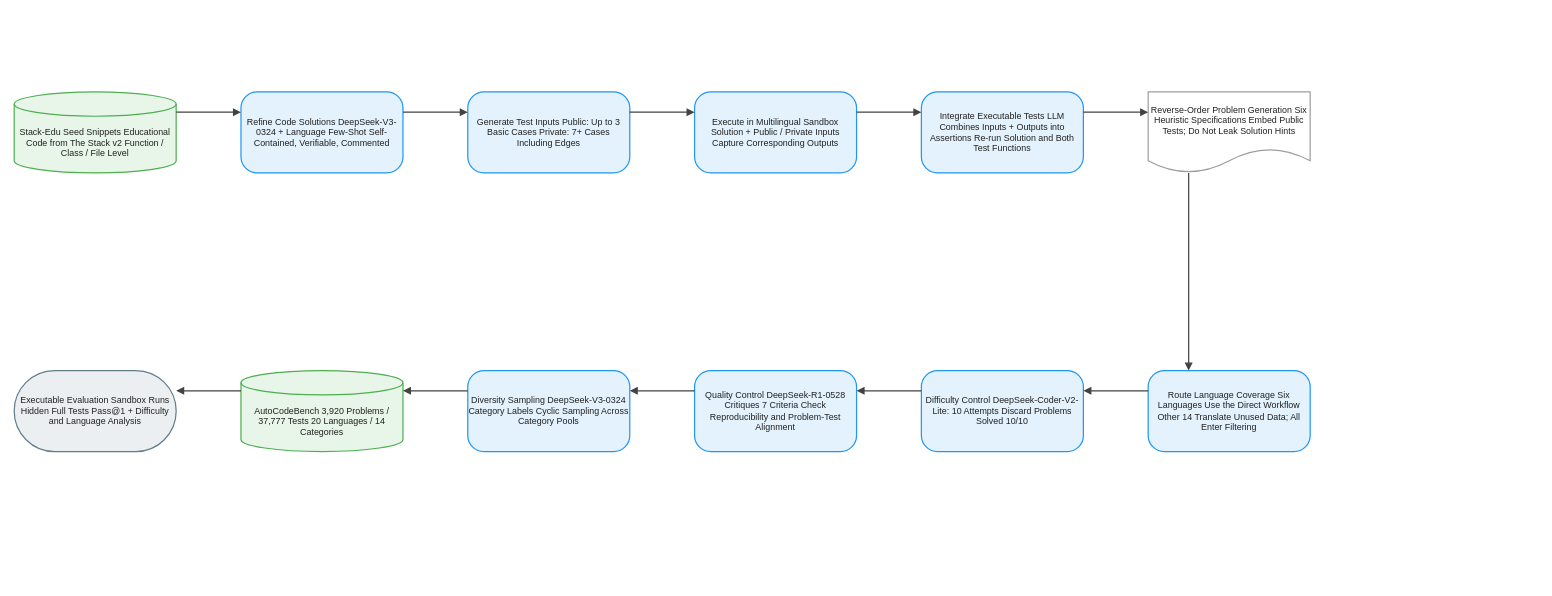
Earlier version of the draw.io diagram client/public/drawio/AutoCodeBench/AutoCodeBench.en.drawio (joe1chief/benchmark-hub). Source tidied: cells renumbered, new cells numbered last; positions are measured from the earlier drawing's top-left corner, leaving out a move shared by most shapes. Both pictures are drawn from the tidied source at 81%, with x=0, y=0 at pixel (14, 92).
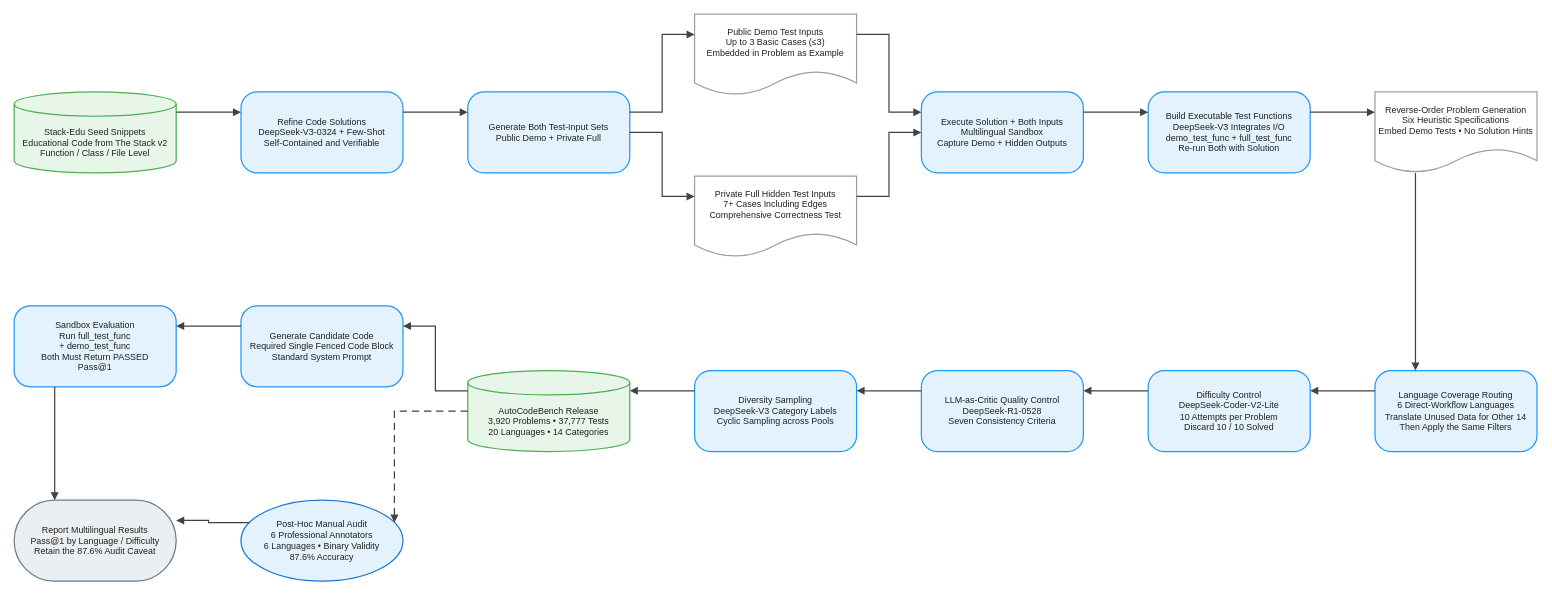
Above is the later version.

Change to the diagram source:
```diff
@@
-    <mxCell id="2" value="Stack-Edu Seed Snippets Educational Code from The Stack v2 Function / Class / File Level" style="shape=cylinder3;boundedLbl=1;backgroundOutline=1;size=15;html=1;whiteSpace=wrap;fillColor=#E8F5E9;strokeColor=#4CAF50;strokeWidth=1.5;fontColor=#212121;fontSize=11;fontFamily=Arial, Helvetica, sans-serif;verticalAlign=middle;align=center;" parent="1" vertex="1">
+    <mxCell id="2" value="Stack-Edu Seed Snippets&#10;Educational Code from The Stack v2&#10;Function / Class / File Level" style="shape=cylinder3;boundedLbl=1;backgroundOutline=1;size=15;html=0;convertToSvg=1;whiteSpace=wrap;fillColor=#E8F5E9;strokeColor=#4CAF50;strokeWidth=1.5;fontColor=#212121;fontSize=11;fontFamily=Arial, Helvetica, sans-serif;verticalAlign=middle;align=center;" parent="1" vertex="1">
       <mxGeometry width="200" height="100" as="geometry" />
     </mxCell>
-    <mxCell id="3" value="Refine Code Solutions DeepSeek-V3-0324 + Language Few-Shot Self-Contained, Verifiable, Commented" style="rounded=1;arcSize=20;html=1;whiteSpace=wrap;fillColor=#E3F2FD;strokeColor=#2196F3;strokeWidth=1.5;fontColor=#212121;fontSize=11;fontFamily=Arial, Helvetica, sans-serif;verticalAlign=middle;align=center;" parent="1" vertex="1">
+    <mxCell id="3" value="Refine Code Solutions&#10;DeepSeek-V3-0324 + Few-Shot&#10;Self-Contained and Verifiable" style="rounded=1;arcSize=20;html=0;convertToSvg=1;whiteSpace=wrap;fillColor=#E3F2FD;strokeColor=#2196F3;strokeWidth=1.5;fontColor=#212121;fontSize=11;fontFamily=Arial, Helvetica, sans-serif;verticalAlign=middle;align=center;" parent="1" vertex="1">
       <mxGeometry x="280" width="200" height="100" as="geometry" />
     </mxCell>
-    <mxCell id="4" value="Generate Test Inputs Public: Up to 3 Basic Cases Private: 7+ Cases Including Edges" style="rounded=1;arcSize=20;html=1;whiteSpace=wrap;fillColor=#E3F2FD;strokeColor=#2196F3;strokeWidth=1.5;fontColor=#212121;fontSize=11;fontFamily=Arial, Helvetica, sans-serif;verticalAlign=middle;align=center;" parent="1" vertex="1">
+    <mxCell id="4" value="Generate Both Test-Input Sets&#10;Public Demo + Private Full" style="rounded=1;arcSize=20;html=0;convertToSvg=1;whiteSpace=wrap;fillColor=#E3F2FD;strokeColor=#2196F3;strokeWidth=1.5;fontColor=#212121;fontSize=11;fontFamily=Arial, Helvetica, sans-serif;verticalAlign=middle;align=center;" parent="1" vertex="1">
       <mxGeometry x="560" width="200" height="100" as="geometry" />
     </mxCell>
-    <mxCell id="5" value="Execute in Multilingual Sandbox Solution + Public / Private Inputs Capture Corresponding Outputs" style="rounded=1;arcSize=20;html=1;whiteSpace=wrap;fillColor=#E3F2FD;strokeColor=#2196F3;strokeWidth=1.5;fontColor=#212121;fontSize=11;fontFamily=Arial, Helvetica, sans-serif;verticalAlign=middle;align=center;" parent="1" vertex="1">
-      <mxGeometry x="840" width="200" height="100" as="geometry" />
+    <mxCell id="5" value="Public Demo Test Inputs&#10;Up to 3 Basic Cases (≤3)&#10;Embedded in Problem as Example" style="shape=document;boundedLbl=1;html=0;convertToSvg=1;whiteSpace=wrap;fillColor=#FFFFFF;strokeColor=#9E9E9E;strokeWidth=1.5;fontColor=#212121;fontSize=11;fontFamily=Arial, Helvetica, sans-serif;verticalAlign=middle;align=center;" parent="1" vertex="1">
+      <mxGeometry x="840" y="-96" width="200" height="100" as="geometry" />
     </mxCell>
-    <mxCell id="6" value="Integrate Executable Tests LLM Combines Inputs + Outputs into Assertions Re-run Solution and Both Test Functions" style="rounded=1;arcSize=20;html=1;whiteSpace=wrap;fillColor=#E3F2FD;strokeColor=#2196F3;strokeWidth=1.5;fontColor=#212121;fontSize=11;fontFamily=Arial, Helvetica, sans-serif;verticalAlign=middle;align=center;" parent="1" vertex="1">
-      <mxGeometry x="1120" width="200" height="100" as="geometry" />
+    <mxCell id="6" value="Private Full Hidden Test Inputs&#10;7+ Cases Including Edges&#10;Comprehensive Correctness Test" style="shape=document;boundedLbl=1;html=0;convertToSvg=1;whiteSpace=wrap;fillColor=#FFFFFF;strokeColor=#9E9E9E;strokeWidth=1.5;fontColor=#212121;fontSize=11;fontFamily=Arial, Helvetica, sans-serif;verticalAlign=middle;align=center;" parent="1" vertex="1">
+      <mxGeometry x="840" y="104" width="200" height="100" as="geometry" />
     </mxCell>
-    <mxCell id="7" value="Reverse-Order Problem Generation Six Heuristic Specifications Embed Public Tests; Do Not Leak Solution Hints" style="shape=document;boundedLbl=1;html=1;whiteSpace=wrap;fillColor=#FFFFFF;strokeColor=#9E9E9E;strokeWidth=1.5;fontColor=#212121;fontSize=11;fontFamily=Arial, Helvetica, sans-serif;verticalAlign=middle;align=center;" parent="1" vertex="1">
-      <mxGeometry x="1400" width="200" height="100" as="geometry" />
+    <mxCell id="7" value="Execute Solution + Both Inputs&#10;Multilingual Sandbox&#10;Capture Demo + Hidden Outputs" style="rounded=1;arcSize=20;html=0;convertToSvg=1;whiteSpace=wrap;fillColor=#E3F2FD;strokeColor=#2196F3;strokeWidth=1.5;fontColor=#212121;fontSize=11;fontFamily=Arial, Helvetica, sans-serif;verticalAlign=middle;align=center;" parent="1" vertex="1">
+      <mxGeometry x="1120" width="200" height="100" as="geometry" />
     </mxCell>
-    <mxCell id="8" value="Route Language Coverage Six Languages Use the Direct Workflow Other 14 Translate Unused Data; All Enter Filtering" style="rounded=1;arcSize=20;html=1;whiteSpace=wrap;fillColor=#E3F2FD;strokeColor=#2196F3;strokeWidth=1.5;fontColor=#212121;fontSize=11;fontFamily=Arial, Helvetica, sans-serif;verticalAlign=middle;align=center;" parent="1" vertex="1">
-      <mxGeometry x="1400" y="344" width="200" height="100" as="geometry" />
+    <mxCell id="8" value="Build Executable Test Functions&#10;DeepSeek-V3 Integrates I/O&#10;demo_test_func + full_test_func&#10;Re-run Both with Solution" style="rounded=1;arcSize=20;html=0;convertToSvg=1;whiteSpace=wrap;fillColor=#E3F2FD;strokeColor=#2196F3;strokeWidth=1.5;fontColor=#212121;fontSize=11;fontFamily=Arial, Helvetica, sans-serif;verticalAlign=middle;align=center;" parent="1" vertex="1">
+      <mxGeometry x="1400" width="200" height="100" as="geometry" />
     </mxCell>
-    <mxCell id="9" value="Difficulty Control DeepSeek-Coder-V2-Lite: 10 Attempts Discard Problems Solved 10/10" style="rounded=1;arcSize=20;html=1;whiteSpace=wrap;fillColor=#E3F2FD;strokeColor=#2196F3;strokeWidth=1.5;fontColor=#212121;fontSize=11;fontFamily=Arial, Helvetica, sans-serif;verticalAlign=middle;align=center;" parent="1" vertex="1">
-      <mxGeometry x="1120" y="344" width="200" height="100" as="geometry" />
+    <mxCell id="9" value="Reverse-Order Problem Generation&#10;Six Heuristic Specifications&#10;Embed Demo Tests • No Solution Hints" style="shape=document;boundedLbl=1;html=0;convertToSvg=1;whiteSpace=wrap;fillColor=#FFFFFF;strokeColor=#9E9E9E;strokeWidth=1.5;fontColor=#212121;fontSize=11;fontFamily=Arial, Helvetica, sans-serif;verticalAlign=middle;align=center;" parent="1" vertex="1">
+      <mxGeometry x="1680" width="200" height="100" as="geometry" />
     </mxCell>
-    <mxCell id="10" value="Quality Control DeepSeek-R1-0528 Critiques 7 Criteria Check Reproducibility and Problem-Test Alignment" style="rounded=1;arcSize=20;html=1;whiteSpace=wrap;fillColor=#E3F2FD;strokeColor=#2196F3;strokeWidth=1.5;fontColor=#212121;fontSize=11;fontFamily=Arial, Helvetica, sans-serif;verticalAlign=middle;align=center;" parent="1" vertex="1">
-      <mxGeometry x="840" y="344" width="200" height="100" as="geometry" />
+    <mxCell id="10" value="Language Coverage Routing&#10;6 Direct-Workflow Languages&#10;Translate Unused Data for Other 14&#10;Then Apply the Same Filters" style="rounded=1;arcSize=20;html=0;convertToSvg=1;whiteSpace=wrap;fillColor=#E3F2FD;strokeColor=#2196F3;strokeWidth=1.5;fontColor=#212121;fontSize=11;fontFamily=Arial, Helvetica, sans-serif;verticalAlign=middle;align=center;" parent="1" vertex="1">
+      <mxGeometry x="1680" y="344" width="200" height="100" as="geometry" />
     </mxCell>
-    <mxCell id="11" value="Diversity Sampling DeepSeek-V3-0324 Category Labels Cyclic Sampling Across Category Pools" style="rounded=1;arcSize=20;html=1;whiteSpace=wrap;fillColor=#E3F2FD;strokeColor=#2196F3;strokeWidth=1.5;fontColor=#212121;fontSize=11;fontFamily=Arial, Helvetica, sans-serif;verticalAlign=middle;align=center;" parent="1" vertex="1">
-      <mxGeometry x="560" y="344" width="200" height="100" as="geometry" />
+    <mxCell id="11" value="Difficulty Control&#10;DeepSeek-Coder-V2-Lite&#10;10 Attempts per Problem&#10;Discard 10 / 10 Solved" style="rounded=1;arcSize=20;html=0;convertToSvg=1;whiteSpace=wrap;fillColor=#E3F2FD;strokeColor=#2196F3;strokeWidth=1.5;fontColor=#212121;fontSize=11;fontFamily=Arial, Helvetica, sans-serif;verticalAlign=middle;align=center;" parent="1" vertex="1">
+      <mxGeometry x="1400" y="344" width="200" height="100" as="geometry" />
     </mxCell>
-    <mxCell id="12" value="AutoCodeBench 3,920 Problems / 37,777 Tests 20 Languages / 14 Categories" style="shape=cylinder3;boundedLbl=1;backgroundOutline=1;size=15;html=1;whiteSpace=wrap;fillColor=#E8F5E9;strokeColor=#4CAF50;strokeWidth=1.5;fontColor=#212121;fontSize=11;fontFamily=Arial, Helvetica, sans-serif;verticalAlign=middle;align=center;" parent="1" vertex="1">
-      <mxGeometry x="280" y="344" width="200" height="100" as="geometry" />
+    <mxCell id="12" value="LLM-as-Critic Quality Control&#10;DeepSeek-R1-0528&#10;Seven Consistency Criteria" style="rounded=1;arcSize=20;html=0;convertToSvg=1;whiteSpace=wrap;fillColor=#E3F2FD;strokeColor=#2196F3;strokeWidth=1.5;fontColor=#212121;fontSize=11;fontFamily=Arial, Helvetica, sans-serif;verticalAlign=middle;align=center;" parent="1" vertex="1">
+      <mxGeometry x="1120" y="344" width="200" height="100" as="geometry" />
     </mxCell>
-    <mxCell id="13" value="Executable Evaluation Sandbox Runs Hidden Full Tests Pass@1 + Difficulty and Language Analysis" style="rounded=1;arcSize=50;html=1;whiteSpace=wrap;fillColor=#ECEFF1;strokeColor=#607D8B;strokeWidth=1.5;fontColor=#212121;fontSize=11;fontFamily=Arial, Helvetica, sans-serif;verticalAlign=middle;align=center;" parent="1" vertex="1">
-      <mxGeometry y="344" width="200" height="100" as="geometry" />
+    <mxCell id="13" value="Diversity Sampling&#10;DeepSeek-V3 Category Labels&#10;Cyclic Sampling across Pools" style="rounded=1;arcSize=20;html=0;convertToSvg=1;whiteSpace=wrap;fillColor=#E3F2FD;strokeColor=#2196F3;strokeWidth=1.5;fontColor=#212121;fontSize=11;fontFamily=Arial, Helvetica, sans-serif;verticalAlign=middle;align=center;" parent="1" vertex="1">
+      <mxGeometry x="840" y="344" width="200" height="100" as="geometry" />
     </mxCell>
-    <mxCell id="14" style="edgeStyle=orthogonalEdgeStyle;rounded=0;jettySize=auto;html=1;strokeColor=#424242;strokeWidth=1.5;endArrow=block;endFill=1;exitX=1;exitY=0.25;exitDx=0;exitDy=0;entryX=0;entryY=0.25;entryDx=0;entryDy=0;jumpStyle=arc;jumpSize=8;" parent="1" edge="1" source="2" target="3">
-      <mxGeometry relative="1" as="geometry" />
+    <mxCell id="14" value="AutoCodeBench Release&#10;3,920 Problems • 37,777 Tests&#10;20 Languages • 14 Categories" style="shape=cylinder3;boundedLbl=1;backgroundOutline=1;size=15;html=0;convertToSvg=1;whiteSpace=wrap;fillColor=#E8F5E9;strokeColor=#4CAF50;strokeWidth=1.5;fontColor=#212121;fontSize=11;fontFamily=Arial, Helvetica, sans-serif;verticalAlign=middle;align=center;" parent="1" vertex="1">
+      <mxGeometry x="560" y="344" width="200" height="100" as="geometry" />
     </mxCell>
-    <mxCell id="15" style="edgeStyle=orthogonalEdgeStyle;rounded=0;jettySize=auto;html=1;strokeColor=#424242;strokeWidth=1.5;endArrow=block;endFill=1;exitX=1;exitY=0.25;exitDx=0;exitDy=0;entryX=0;entryY=0.25;entryDx=0;entryDy=0;jumpStyle=arc;jumpSize=8;" parent="1" edge="1" source="3" target="4">
-      <mxGeometry relative="1" as="geometry" />
+    <mxCell id="15" value="Generate Candidate Code&#10;Required Single Fenced Code Block&#10;Standard System Prompt" style="rounded=1;arcSize=20;html=0;convertToSvg=1;whiteSpace=wrap;fillColor=#E3F2FD;strokeColor=#2196F3;strokeWidth=1.5;fontColor=#212121;fontSize=11;fontFamily=Arial, Helvetica, sans-serif;verticalAlign=middle;align=center;" parent="1" vertex="1">
+      <mxGeometry x="280" y="264" width="200" height="100" as="geometry" />
     </mxCell>
-    <mxCell id="16" style="edgeStyle=orthogonalEdgeStyle;rounded=0;jettySize=auto;html=1;strokeColor=#424242;strokeWidth=1.5;endArrow=block;endFill=1;exitX=1;exitY=0.25;exitDx=0;exitDy=0;entryX=0;entryY=0.25;entryDx=0;entryDy=0;jumpStyle=arc;jumpSize=8;" parent="1" edge="1" source="4" target="5">
-      <mxGeometry relative="1" as="geometry" />
+    <mxCell id="16" value="Sandbox Evaluation&#10;Run full_test_func&#10;+ demo_test_func&#10;Both Must Return PASSED&#10;Pass@1" style="rounded=1;arcSize=20;html=0;convertToSvg=1;whiteSpace=wrap;fillColor=#E3F2FD;strokeColor=#2196F3;strokeWidth=1.5;fontColor=#212121;fontSize=11;fontFamily=Arial, Helvetica, sans-serif;verticalAlign=middle;align=center;" parent="1" vertex="1">
+      <mxGeometry y="264" width="200" height="100" as="geometry" />
     </mxCell>
-    <mxCell id="17" style="edgeStyle=orthogonalEdgeStyle;rounded=0;jettySize=auto;html=1;strokeColor=#424242;strokeWidth=1.5;endArrow=block;endFill=1;exitX=1;exitY=0.25;exitDx=0;exitDy=0;entryX=0;entryY=0.25;entryDx=0;entryDy=0;jumpStyle=arc;jumpSize=8;" parent="1" edge="1" source="5" target="6">
-      <mxGeometry relative="1" as="geometry" />
+    <mxCell id="17" value="Post-Hoc Manual Audit&#10;6 Professional Annotators&#10;6 Languages • Binary Validity&#10;87.6% Accuracy" style="ellipse;html=0;convertToSvg=1;whiteSpace=wrap;fillColor=#E3F2FD;strokeColor=#1976D2;strokeWidth=1.5;fontColor=#212121;fontSize=11;fontFamily=Arial, Helvetica, sans-serif;verticalAlign=middle;align=center;" parent="1" vertex="1">
+      <mxGeometry x="280" y="504" width="200" height="100" as="geometry" />
     </mxCell>
-    <mxCell id="18" style="edgeStyle=orthogonalEdgeStyle;rounded=0;jettySize=auto;html=1;strokeColor=#424242;strokeWidth=1.5;endArrow=block;endFill=1;exitX=1;exitY=0.25;exitDx=0;exitDy=0;entryX=0;entryY=0.25;entryDx=0;entryDy=0;jumpStyle=arc;jumpSize=8;" parent="1" edge="1" source="6" target="7">
-      <mxGeometry relative="1" as="geometry" />
+    <mxCell id="18" value="Report Multilingual Results&#10;Pass@1 by Language / Difficulty&#10;Retain the 87.6% Audit Caveat" style="rounded=1;arcSize=50;html=0;convertToSvg=1;whiteSpace=wrap;fillColor=#ECEFF1;strokeColor=#607D8B;strokeWidth=1.5;fontColor=#212121;fontSize=11;fontFamily=Arial, Helvetica, sans-serif;verticalAlign=middle;align=center;" parent="1" vertex="1">
+      <mxGeometry y="504" width="200" height="100" as="geometry" />
     </mxCell>
-    <mxCell id="19" style="edgeStyle=orthogonalEdgeStyle;rounded=0;jettySize=auto;html=1;strokeColor=#424242;strokeWidth=1.5;endArrow=block;endFill=1;exitX=0.25;exitY=1;exitDx=0;exitDy=0;entryX=0.25;entryY=0;entryDx=0;entryDy=0;jumpStyle=arc;jumpSize=8;" parent="1" edge="1" source="7" target="8">
+    <mxCell id="19" style="edgeStyle=orthogonalEdgeStyle;rounded=0;jettySize=auto;html=0;convertToSvg=1;strokeColor=#424242;strokeWidth=1.5;endArrow=block;endFill=1;exitX=1;exitY=0.25;exitDx=0;exitDy=0;entryX=0;entryY=0.25;entryDx=0;entryDy=0;jumpStyle=arc;jumpSize=8;" parent="1" edge="1" source="2" target="3">
       <mxGeometry relative="1" as="geometry" />
     </mxCell>
-    <mxCell id="20" style="edgeStyle=orthogonalEdgeStyle;rounded=0;jettySize=auto;html=1;strokeColor=#424242;strokeWidth=1.5;endArrow=block;endFill=1;exitX=0;exitY=0.25;exitDx=0;exitDy=0;entryX=1;entryY=0.25;entryDx=0;entryDy=0;jumpStyle=arc;jumpSize=8;" parent="1" edge="1" source="8" target="9">
+    <mxCell id="20" style="edgeStyle=orthogonalEdgeStyle;rounded=0;jettySize=auto;html=0;convertToSvg=1;strokeColor=#424242;strokeWidth=1.5;endArrow=block;endFill=1;exitX=1;exitY=0.25;exitDx=0;exitDy=0;entryX=0;entryY=0.25;entryDx=0;entryDy=0;jumpStyle=arc;jumpSize=8;" parent="1" edge="1" source="3" target="4">
       <mxGeometry relative="1" as="geometry" />
     </mxCell>
-    <mxCell id="21" style="edgeStyle=orthogonalEdgeStyle;rounded=0;jettySize=auto;html=1;strokeColor=#424242;strokeWidth=1.5;endArrow=block;endFill=1;exitX=0;exitY=0.25;exitDx=0;exitDy=0;entryX=1;entryY=0.25;entryDx=0;entryDy=0;jumpStyle=arc;jumpSize=8;" parent="1" edge="1" source="9" target="10">
+    <mxCell id="21" style="edgeStyle=orthogonalEdgeStyle;rounded=0;jettySize=auto;html=0;convertToSvg=1;strokeColor=#424242;strokeWidth=1.5;endArrow=block;endFill=1;exitX=1;exitY=0.25;exitDx=0;exitDy=0;entryX=0;entryY=0.25;entryDx=0;entryDy=0;jumpStyle=arc;jumpSize=8;" parent="1" edge="1" source="4" target="5">
       <mxGeometry relative="1" as="geometry" />
     </mxCell>
-    <mxCell id="22" style="edgeStyle=orthogonalEdgeStyle;rounded=0;jettySize=auto;html=1;strokeColor=#424242;strokeWidth=1.5;endArrow=block;endFill=1;exitX=0;exitY=0.25;exitDx=0;exitDy=0;entryX=1;entryY=0.25;entryDx=0;entryDy=0;jumpStyle=arc;jumpSize=8;" parent="1" edge="1" source="10" target="11">
+    <mxCell id="22" style="edgeStyle=orthogonalEdgeStyle;rounded=0;jettySize=auto;html=0;convertToSvg=1;strokeColor=#424242;strokeWidth=1.5;endArrow=block;endFill=1;exitX=1;exitY=0.5;exitDx=0;exitDy=0;entryX=0;entryY=0.25;entryDx=0;entryDy=0;jumpStyle=arc;jumpSize=8;" parent="1" edge="1" source="4" target="6">
       <mxGeometry relative="1" as="geometry" />
     </mxCell>
-    <mxCell id="23" style="edgeStyle=orthogonalEdgeStyle;rounded=0;jettySize=auto;html=1;strokeColor=#424242;strokeWidth=1.5;endArrow=block;endFill=1;exitX=0;exitY=0.25;exitDx=0;exitDy=0;entryX=1;entryY=0.25;entryDx=0;entryDy=0;jumpStyle=arc;jumpSize=8;" parent="1" edge="1" source="11" target="12">
+    <mxCell id="23" style="edgeStyle=orthogonalEdgeStyle;rounded=0;jettySize=auto;html=0;convertToSvg=1;strokeColor=#424242;strokeWidth=1.5;endArrow=block;endFill=1;exitX=1;exitY=0.25;exitDx=0;exitDy=0;entryX=0;entryY=0.25;entryDx=0;entryDy=0;jumpStyle=arc;jumpSize=8;" parent="1" edge="1" source="5" target="7">
       <mxGeometry relative="1" as="geometry" />
     </mxCell>
-    <mxCell id="24" style="edgeStyle=orthogonalEdgeStyle;rounded=0;jettySize=auto;html=1;strokeColor=#424242;strokeWidth=1.5;endArrow=block;endFill=1;exitX=0;exitY=0.25;exitDx=0;exitDy=0;entryX=1;entryY=0.25;entryDx=0;entryDy=0;jumpStyle=arc;jumpSize=8;" parent="1" edge="1" source="12" target="13">
+    <mxCell id="24" style="edgeStyle=orthogonalEdgeStyle;rounded=0;jettySize=auto;html=0;convertToSvg=1;strokeColor=#424242;strokeWidth=1.5;endArrow=block;endFill=1;exitX=1;exitY=0.25;exitDx=0;exitDy=0;entryX=0;entryY=0.5;entryDx=0;entryDy=0;jumpStyle=arc;jumpSize=8;" parent="1" edge="1" source="6" target="7">
       <mxGeometry relative="1" as="geometry" />
     </mxCell>
+    <mxCell id="25" style="edgeStyle=orthogonalEdgeStyle;rounded=0;jettySize=auto;html=0;convertToSvg=1;strokeColor=#424242;strokeWidth=1.5;endArrow=block;endFill=1;exitX=1;exitY=0.25;exitDx=0;exitDy=0;entryX=0;entryY=0.25;entryDx=0;entryDy=0;jumpStyle=arc;jumpSize=8;" parent="1" edge="1" source="7" target="8">
+      <mxGeometry relative="1" as="geometry" />
+    </mxCell>
+    <mxCell id="26" style="edgeStyle=orthogonalEdgeStyle;rounded=0;jettySize=auto;html=0;convertToSvg=1;strokeColor=#424242;strokeWidth=1.5;endArrow=block;endFill=1;exitX=1;exitY=0.25;exitDx=0;exitDy=0;entryX=0;entryY=0.25;entryDx=0;entryDy=0;jumpStyle=arc;jumpSize=8;" parent="1" edge="1" source="8" target="9">
+      <mxGeometry relative="1" as="geometry" />
+    </mxCell>
+    <mxCell id="27" style="edgeStyle=orthogonalEdgeStyle;rounded=0;jettySize=auto;html=0;convertToSvg=1;strokeColor=#424242;strokeWidth=1.5;endArrow=block;endFill=1;exitX=0.25;exitY=1;exitDx=0;exitDy=0;entryX=0.25;entryY=0;entryDx=0;entryDy=0;jumpStyle=arc;jumpSize=8;" parent="1" edge="1" source="9" target="10">
+      <mxGeometry relative="1" as="geometry" />
+    </mxCell>
+    <mxCell id="28" style="edgeStyle=orthogonalEdgeStyle;rounded=0;jettySize=auto;html=0;convertToSvg=1;strokeColor=#424242;strokeWidth=1.5;endArrow=block;endFill=1;exitX=0;exitY=0.25;exitDx=0;exitDy=0;entryX=1;entryY=0.25;entryDx=0;entryDy=0;jumpStyle=arc;jumpSize=8;" parent="1" edge="1" source="10" target="11">
+      <mxGeometry relative="1" as="geometry" />
+    </mxCell>
+    <mxCell id="29" style="edgeStyle=orthogonalEdgeStyle;rounded=0;jettySize=auto;html=0;convertToSvg=1;strokeColor=#424242;strokeWidth=1.5;endArrow=block;endFill=1;exitX=0;exitY=0.25;exitDx=0;exitDy=0;entryX=1;entryY=0.25;entryDx=0;entryDy=0;jumpStyle=arc;jumpSize=8;" parent="1" edge="1" source="11" target="12">
+      <mxGeometry relative="1" as="geometry" />
+    </mxCell>
+    <mxCell id="30" style="edgeStyle=orthogonalEdgeStyle;rounded=0;jettySize=auto;html=0;convertToSvg=1;strokeColor=#424242;strokeWidth=1.5;endArrow=block;endFill=1;exitX=0;exitY=0.25;exitDx=0;exitDy=0;entryX=1;entryY=0.25;entryDx=0;entryDy=0;jumpStyle=arc;jumpSize=8;" parent="1" edge="1" source="12" target="13">
+      <mxGeometry relative="1" as="geometry" />
+    </mxCell>
+    <mxCell id="31" style="edgeStyle=orthogonalEdgeStyle;rounded=0;jettySize=auto;html=0;convertToSvg=1;strokeColor=#424242;strokeWidth=1.5;endArrow=block;endFill=1;exitX=0;exitY=0.25;exitDx=0;exitDy=0;entryX=1;entryY=0.25;entryDx=0;entryDy=0;jumpStyle=arc;jumpSize=8;" parent="1" edge="1" source="13" target="14">
+      <mxGeometry relative="1" as="geometry" />
+    </mxCell>
+    <mxCell id="32" style="edgeStyle=orthogonalEdgeStyle;rounded=0;jettySize=auto;html=0;convertToSvg=1;strokeColor=#424242;strokeWidth=1.5;endArrow=block;endFill=1;exitX=0;exitY=0.25;exitDx=0;exitDy=0;entryX=1;entryY=0.25;entryDx=0;entryDy=0;jumpStyle=arc;jumpSize=8;" parent="1" edge="1" source="14" target="15">
+      <mxGeometry relative="1" as="geometry" />
+    </mxCell>
+    <mxCell id="33" style="edgeStyle=orthogonalEdgeStyle;rounded=0;jettySize=auto;html=0;convertToSvg=1;strokeColor=#424242;strokeWidth=1.5;endArrow=block;endFill=1;exitX=0;exitY=0.25;exitDx=0;exitDy=0;entryX=1;entryY=0.25;entryDx=0;entryDy=0;jumpStyle=arc;jumpSize=8;" parent="1" edge="1" source="15" target="16">
+      <mxGeometry relative="1" as="geometry" />
+    </mxCell>
+    <mxCell id="34" style="edgeStyle=orthogonalEdgeStyle;rounded=0;jettySize=auto;html=0;convertToSvg=1;strokeColor=#424242;strokeWidth=1.5;endArrow=block;endFill=1;exitX=0;exitY=0.5;exitDx=0;exitDy=0;entryX=1;entryY=0.25;entryDx=0;entryDy=0;dashed=1;dashPattern=6 4;jumpStyle=arc;jumpSize=8;" parent="1" edge="1" source="14" target="17">
+      <mxGeometry relative="1" as="geometry" />
+    </mxCell>
+    <mxCell id="35" style="edgeStyle=orthogonalEdgeStyle;rounded=0;jettySize=auto;html=0;convertToSvg=1;strokeColor=#424242;strokeWidth=1.5;endArrow=block;endFill=1;exitX=0.25;exitY=1;exitDx=0;exitDy=0;entryX=0.25;entryY=0;entryDx=0;entryDy=0;jumpStyle=arc;jumpSize=8;" parent="1" edge="1" source="16" target="18">
+      <mxGeometry relative="1" as="geometry" />
+    </mxCell>
+    <mxCell id="36" style="edgeStyle=orthogonalEdgeStyle;rounded=0;jettySize=auto;html=0;convertToSvg=1;strokeColor=#424242;strokeWidth=1.5;endArrow=block;endFill=1;exitX=0;exitY=0.25;exitDx=0;exitDy=0;entryX=1;entryY=0.25;entryDx=0;entryDy=0;jumpStyle=arc;jumpSize=8;" parent="1" edge="1" source="17" target="18">
+      <mxGeometry relative="1" as="geometry" />
+    </mxCell>
```
